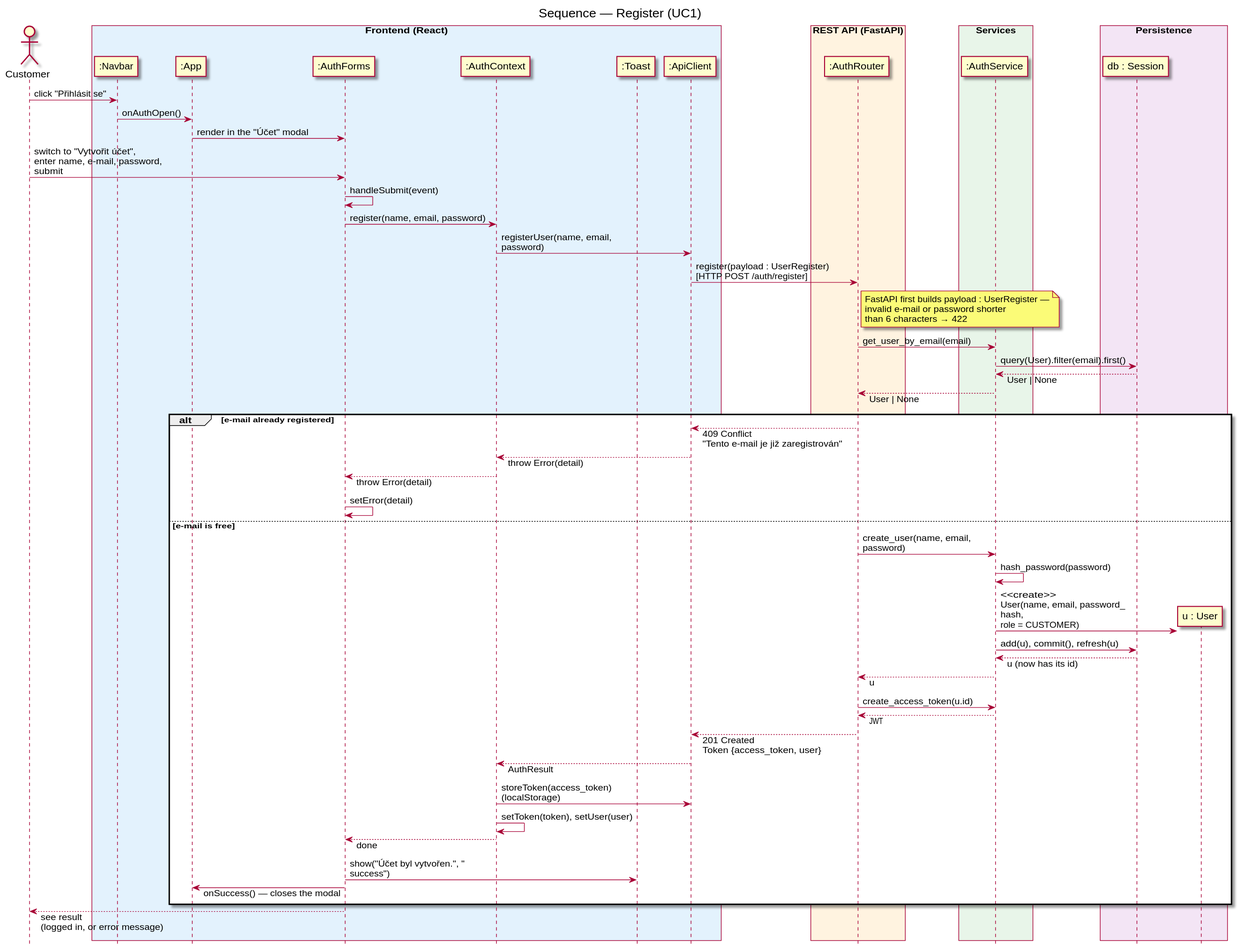
Earlier version of the PlantUML export docs/diagrams/sequence-register.svg (DavidMagyarics/CarRentalVSB).
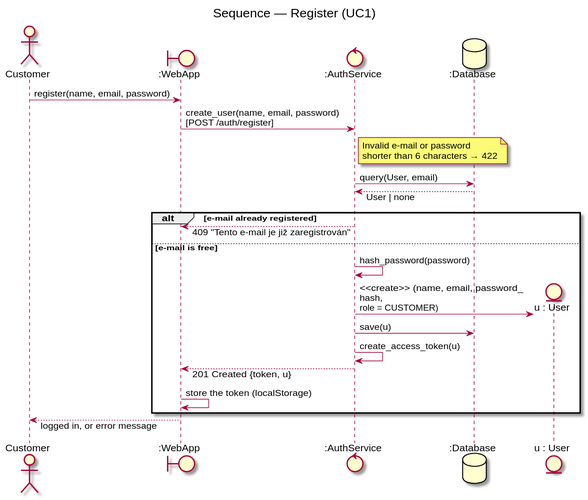
After the commit.

Change to the diagram source:
```diff
@@ -1,71 +1,34 @@
 @startuml sequence-register
 skinparam backgroundColor white
 skinparam responseMessageBelowArrow true
-skinparam maxMessageSize 220
-hide footbox
+skinparam maxMessageSize 260
 title Sequence — Register (UC1)
+actor Customer
+boundary ":WebApp" as Web
+control ":AuthService" as Auth
+database ":Database" as DB
+entity "u : User" as U
 
-actor Customer
-box "Frontend (React)" #E3F2FD
-  participant ":Navbar" as Navbar
-  participant ":App" as App
-  participant ":AuthForms" as AuthForms
-  participant ":AuthContext" as AuthContext
-  participant ":Toast" as Toast
-  participant ":ApiClient" as ApiClient
-end box
-box "REST API (FastAPI)" #FFF3E0
-  participant ":AuthRouter" as AuthRouter
-end box
-box "Services" #E8F5E9
-  participant ":AuthService" as AuthService
-end box
-box "Persistence" #F3E5F5
-  participant "db : Session" as DB
-  participant "u : User" as U
-end box
-
-Customer -> Navbar : click "Přihlásit se"
-Navbar -> App : onAuthOpen()
-App -> AuthForms : render in the "Účet" modal
-Customer -> AuthForms : switch to "Vytvořit účet",\nenter name, e-mail, password, submit
-AuthForms -> AuthForms : handleSubmit(event)
-AuthForms -> AuthContext : register(name, email, password)
-AuthContext -> ApiClient : registerUser(name, email, password)
-ApiClient -> AuthRouter : register(payload : UserRegister)\n[HTTP POST /auth/register]
-note right of AuthRouter
-  FastAPI first builds payload : UserRegister —
-  invalid e-mail or password shorter
-  than 6 characters → 422
+Customer -> Web : register(name, email, password)
+Web -> Auth : create_user(name, email, password)\n[POST /auth/register]
+note right of Auth
+  Invalid e-mail or password
+  shorter than 6 characters → 422
 end note
-AuthRouter -> AuthService : get_user_by_email(email)
-AuthService -> DB : query(User).filter(email).first()
-DB --> AuthService : User | None
-AuthService --> AuthRouter : User | None
+Auth -> DB : query(User, email)
+DB --> Auth : User | none
 
 alt e-mail already registered
-  AuthRouter --> ApiClient : 409 Conflict\n"Tento e-mail je již zaregistrován"
-  ApiClient --> AuthContext : throw Error(detail)
-  AuthContext --> AuthForms : throw Error(detail)
-  AuthForms -> AuthForms : setError(detail)
+  Auth --> Web : 409 "Tento e-mail je již zaregistrován"
 else e-mail is free
-  AuthRouter -> AuthService : create_user(name, email, password)
-  AuthService -> AuthService : hash_password(password)
+  Auth -> Auth : hash_password(password)
   create U
-  AuthService -> U : <<create>>\nUser(name, email, password_hash,\nrole = CUSTOMER)
-  AuthService -> DB : add(u), commit(), refresh(u)
-  DB --> AuthService : u (now has its id)
-  AuthService --> AuthRouter : u
-  AuthRouter -> AuthService : create_access_token(u.id)
-  AuthService --> AuthRouter : JWT
-  AuthRouter --> ApiClient : 201 Created\nToken {access_token, user}
-  ApiClient --> AuthContext : AuthResult
-  AuthContext -> ApiClient : storeToken(access_token)\n(localStorage)
-  AuthContext -> AuthContext : setToken(token), setUser(user)
-  AuthContext --> AuthForms : done
-  AuthForms -> Toast : show("Účet byl vytvořen.", "success")
-  AuthForms -> App : onSuccess() — closes the modal
+  Auth -> U : <<create>> (name, email, password_hash,\nrole = CUSTOMER)
+  Auth -> DB : save(u)
+  Auth -> Auth : create_access_token(u)
+  Auth --> Web : 201 Created {token, u}
+  Web -> Web : store the token (localStorage)
 end
 
-AuthForms --> Customer : see result\n(logged in, or error message)
+Web --> Customer : logged in, or error message
 @enduml
```
